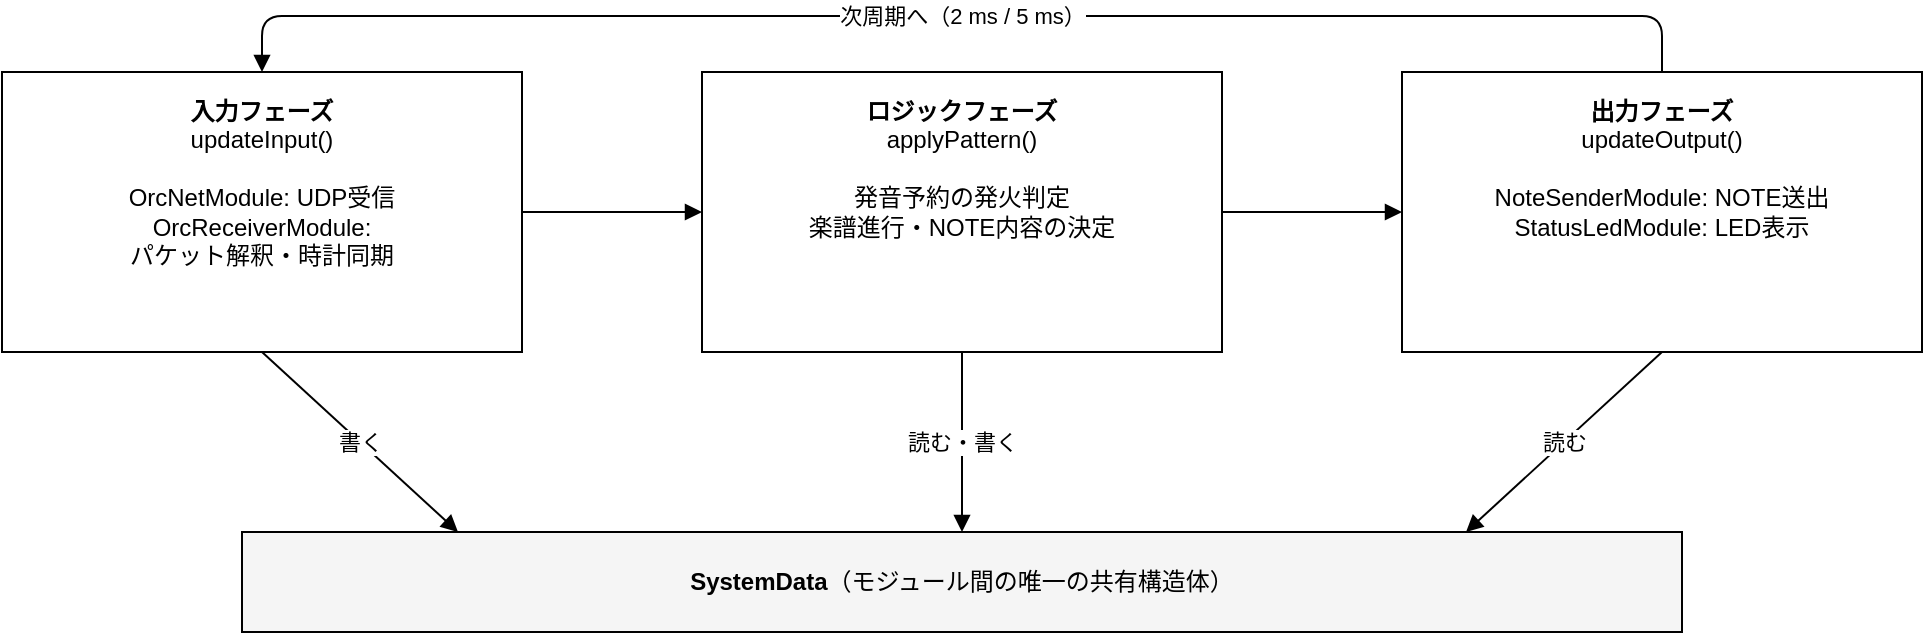
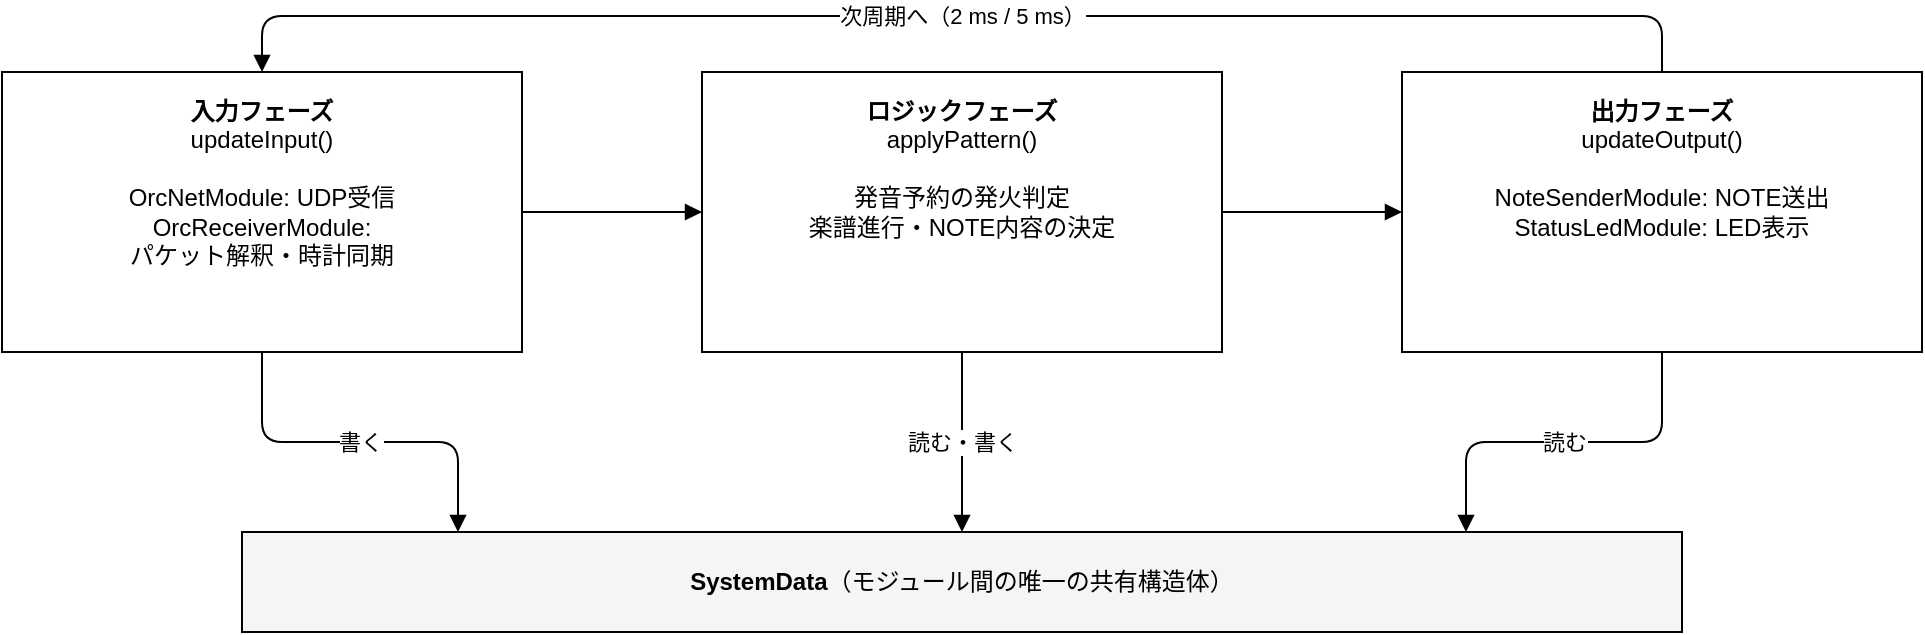
<mxfile host="Claude">
  <diagram id="ema-module" name="EMA 3フェーズ構成">
    <mxGraphModel dx="1060" dy="400" grid="0" gridSize="10" guides="1" tooltips="1" connect="1" arrows="1" fold="1" page="1" pageScale="1" pageWidth="1060" pageHeight="400" math="0" shadow="0">
      <root>
        <mxCell id="0"/>
        <mxCell id="1" parent="0"/>
        <mxCell id="ph1" value="&lt;b&gt;入力フェーズ&lt;/b&gt;&lt;br&gt;updateInput()&lt;br&gt;&lt;br&gt;OrcNetModule: UDP受信&lt;br&gt;OrcReceiverModule:&lt;br&gt;パケット解釈・時計同期" style="whiteSpace=wrap;html=1;fillColor=#FFFFFF;strokeColor=#000000;fontSize=12;verticalAlign=top;spacingTop=6;" vertex="1" parent="1"><mxGeometry x="40" y="50" width="260" height="140" as="geometry"/></mxCell>
        <mxCell id="ph2" value="&lt;b&gt;ロジックフェーズ&lt;/b&gt;&lt;br&gt;applyPattern()&lt;br&gt;&lt;br&gt;発音予約の発火判定&lt;br&gt;楽譜進行・NOTE内容の決定" style="whiteSpace=wrap;html=1;fillColor=#FFFFFF;strokeColor=#000000;fontSize=12;verticalAlign=top;spacingTop=6;" vertex="1" parent="1"><mxGeometry x="390" y="50" width="260" height="140" as="geometry"/></mxCell>
        <mxCell id="ph3" value="&lt;b&gt;出力フェーズ&lt;/b&gt;&lt;br&gt;updateOutput()&lt;br&gt;&lt;br&gt;NoteSenderModule: NOTE送出&lt;br&gt;StatusLedModule: LED表示" style="whiteSpace=wrap;html=1;fillColor=#FFFFFF;strokeColor=#000000;fontSize=12;verticalAlign=top;spacingTop=6;" vertex="1" parent="1"><mxGeometry x="740" y="50" width="260" height="140" as="geometry"/></mxCell>
        <mxCell id="e12" style="endArrow=block;endFill=1;html=1;strokeColor=#000000;strokeWidth=1;exitX=1;exitY=0.5;entryX=0;entryY=0.5;" edge="1" parent="1" source="ph1" target="ph2"><mxGeometry relative="1" as="geometry"/></mxCell>
        <mxCell id="e23" style="endArrow=block;endFill=1;html=1;strokeColor=#000000;strokeWidth=1;exitX=1;exitY=0.5;entryX=0;entryY=0.5;" edge="1" parent="1" source="ph2" target="ph3"><mxGeometry relative="1" as="geometry"/></mxCell>
        <mxCell id="eloop" value="次周期へ（2 ms / 5 ms）" style="endArrow=block;endFill=1;html=1;strokeColor=#000000;strokeWidth=1;fontSize=11;exitX=0.5;exitY=0;entryX=0.5;entryY=0;edgeStyle=orthogonalEdgeStyle;" edge="1" parent="1" source="ph3" target="ph1"><mxGeometry relative="1" as="geometry"><Array as="points"><mxPoint x="870" y="22"/><mxPoint x="170" y="22"/></Array></mxGeometry></mxCell>
        <mxCell id="sd" value="&lt;b&gt;SystemData&lt;/b&gt;（モジュール間の唯一の共有構造体）" style="whiteSpace=wrap;html=1;fillColor=#F5F5F5;strokeColor=#000000;fontSize=12;" vertex="1" parent="1"><mxGeometry x="160" y="280" width="720" height="50" as="geometry"/></mxCell>
-         <mxCell id="rw1" value="書く" style="endArrow=block;endFill=1;html=1;strokeColor=#000000;strokeWidth=1;fontSize=11;exitX=0.5;exitY=1;entryX=0.15;entryY=0;" edge="1" parent="1" source="ph1" target="sd"><mxGeometry relative="1" as="geometry"/></mxCell>
+         <mxCell id="rw1" value="書く" style="endArrow=block;endFill=1;html=1;strokeColor=#000000;strokeWidth=1;fontSize=11;exitX=0.5;exitY=1;entryX=0.15;entryY=0;edgeStyle=orthogonalEdgeStyle;" edge="1" parent="1" source="ph1" target="sd"><mxGeometry relative="1" as="geometry"/></mxCell>
        <mxCell id="rw2" value="読む・書く" style="endArrow=block;endFill=1;html=1;strokeColor=#000000;strokeWidth=1;fontSize=11;exitX=0.5;exitY=1;entryX=0.5;entryY=0;" edge="1" parent="1" source="ph2" target="sd"><mxGeometry relative="1" as="geometry"/></mxCell>
-         <mxCell id="rw3" value="読む" style="endArrow=block;endFill=1;html=1;strokeColor=#000000;strokeWidth=1;fontSize=11;exitX=0.5;exitY=1;entryX=0.85;entryY=0;" edge="1" parent="1" source="ph3" target="sd"><mxGeometry relative="1" as="geometry"/></mxCell>
+         <mxCell id="rw3" value="読む" style="endArrow=block;endFill=1;html=1;strokeColor=#000000;strokeWidth=1;fontSize=11;exitX=0.5;exitY=1;entryX=0.85;entryY=0;edgeStyle=orthogonalEdgeStyle;" edge="1" parent="1" source="ph3" target="sd"><mxGeometry relative="1" as="geometry"/></mxCell>
      </root>
    </mxGraphModel>
  </diagram>
</mxfile>
